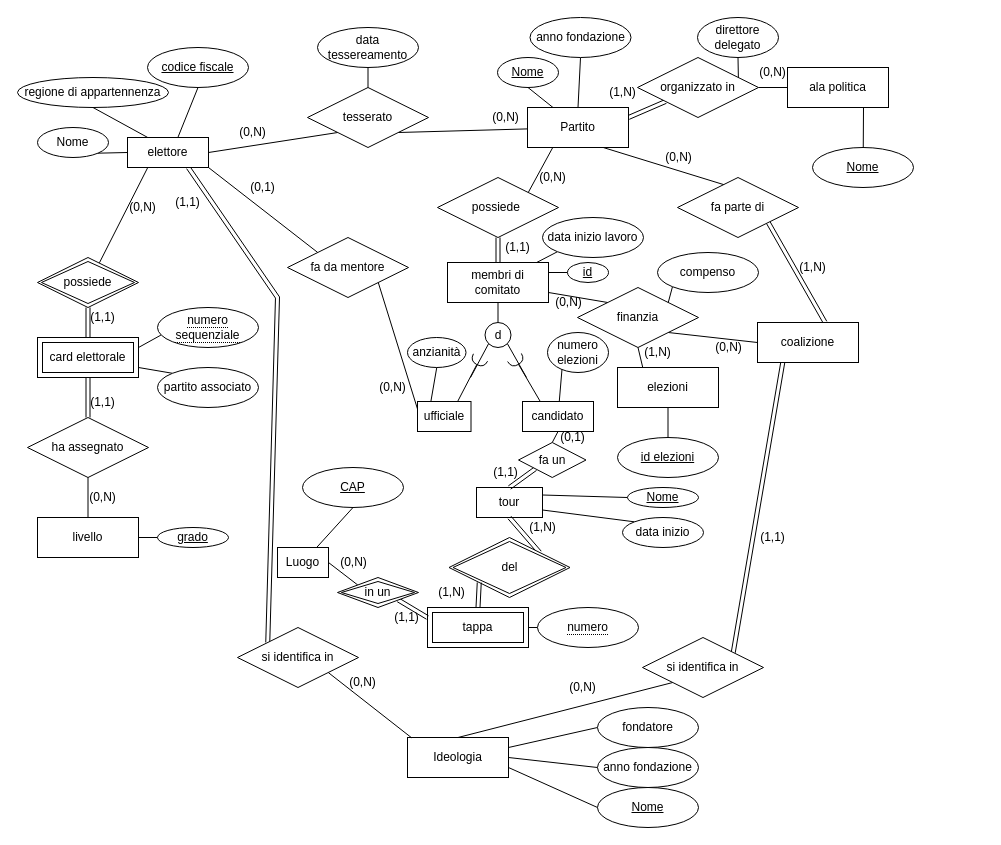
Above: Diagramma senza titolo.drawio in Marco1743/database (draw.io), before the change. Source tidied: cells renumbered, new cells numbered last; positions are measured from the earlier drawing's top-left corner, leaving out a move shared by most shapes. Both pictures are drawn from the tidied source at 100%, with x=0, y=0 at pixel (17, 17).
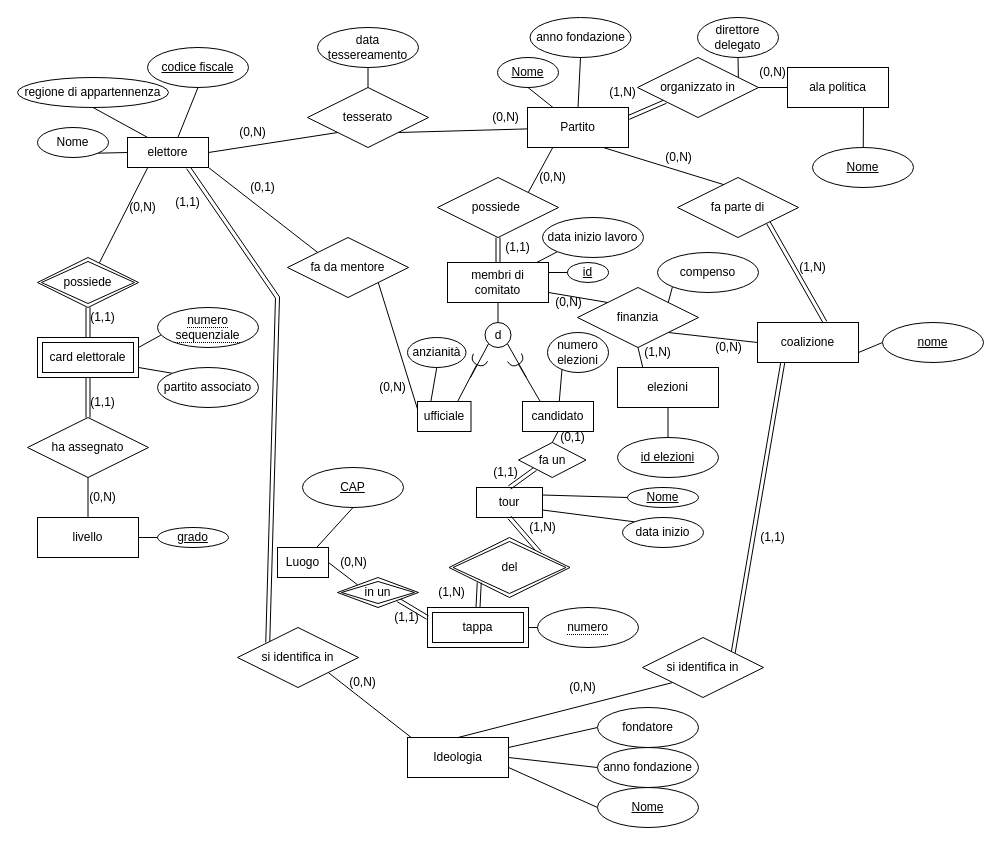
After the change.

Unchanged cells that the change refers to:
```xml
<mxCell id="44" value="coalizione" style="whiteSpace=wrap;html=1;align=center;" parent="1" vertex="1">
  <mxGeometry x="740" y="305" width="101" height="40" as="geometry" />
</mxCell>
```

The edit, as a diff of the source:
```diff
@@
+    <mxCell id="137" style="edgeStyle=none;curved=1;rounded=0;jettySize=auto;html=1;exitX=0;exitY=0.5;exitDx=0;exitDy=0;entryX=1;entryY=0.75;entryDx=0;entryDy=0;endArrow=none;startSize=14;endSize=14;sourcePerimeterSpacing=8;targetPerimeterSpacing=8;endFill=0;" parent="1" edge="1" source="138" target="44">
+      <mxGeometry relative="1" as="geometry" />
+    </mxCell>
+    <mxCell id="138" value="&lt;u&gt;nome&lt;/u&gt;" style="ellipse;whiteSpace=wrap;html=1;align=center;" parent="1" vertex="1">
+      <mxGeometry x="865" y="305" width="101" height="40" as="geometry" />
+    </mxCell>
```
